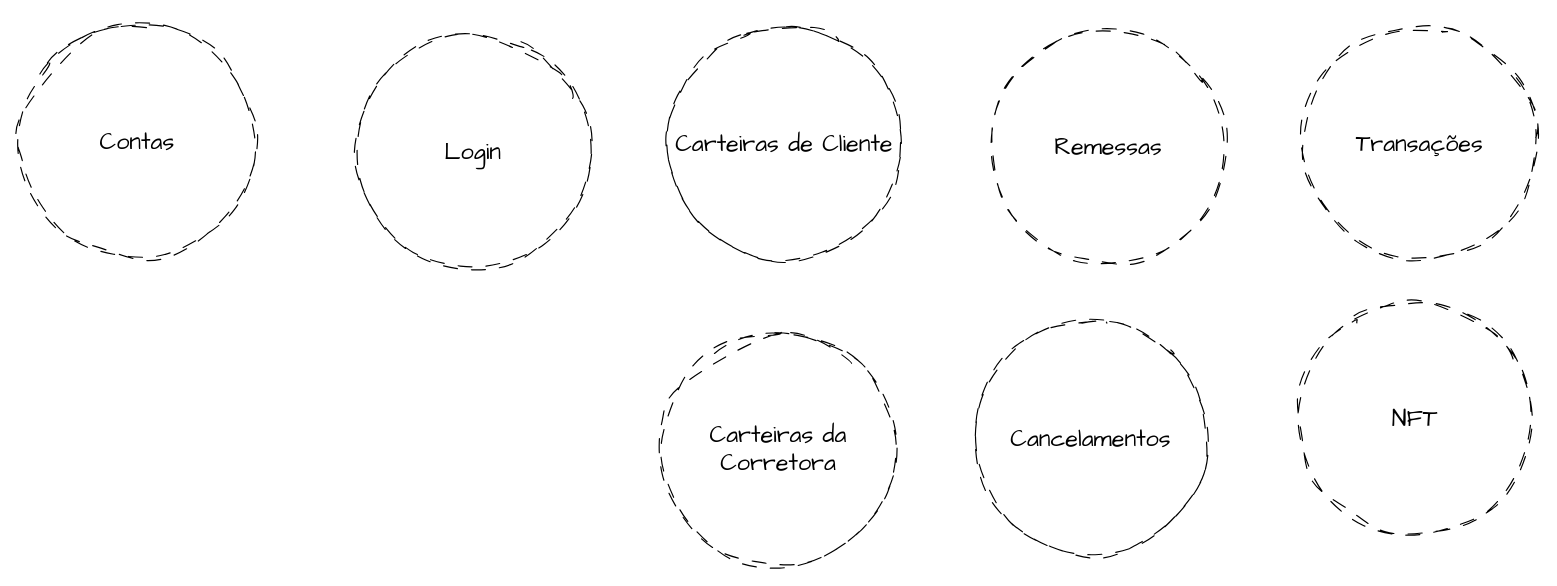
Above: page "Agregados e Contextos" (3 of 3) of domain/diagrams/eventstorming.dio in Anselming/ddd-anselmex (draw.io), before the change. Source tidied: cells renumbered, new cells numbered last; positions are measured from the earlier drawing's top-left corner, leaving out a move shared by most shapes. Both pictures are drawn from the tidied source at 117%, with x=0, y=0 at pixel (20, 23).
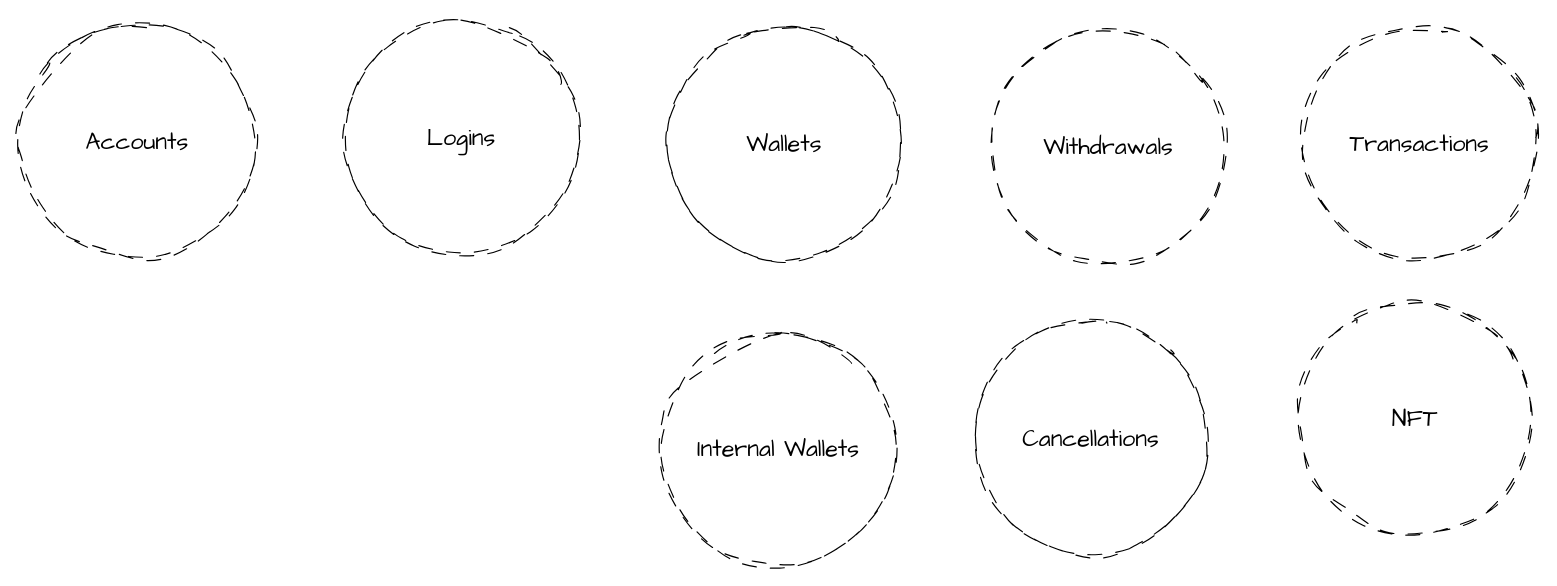
The same page after the edit.

The edit, as a diff of the source:
```diff
@@
 <mxGraphModel>
   <root>
     <mxCell id="0" />
     <mxCell id="1" parent="0" />
-    <mxCell id="2" value="Contas" style="ellipse;whiteSpace=wrap;html=1;dashed=1;dashPattern=12 12;sketch=1;hachureGap=4;jiggle=2;curveFitting=1;fontFamily=Architects Daughter;fontSize=20;" parent="1" vertex="1">
+    <mxCell id="2" value="Accounts" style="ellipse;whiteSpace=wrap;html=1;dashed=1;dashPattern=12 12;sketch=1;hachureGap=4;jiggle=2;curveFitting=1;fontFamily=Architects Daughter;fontSize=20;" parent="1" vertex="1">
       <mxGeometry width="200" height="200" as="geometry" />
     </mxCell>
-    <mxCell id="3" value="Login" style="ellipse;whiteSpace=wrap;html=1;dashed=1;dashPattern=12 12;sketch=1;hachureGap=4;jiggle=2;curveFitting=1;fontFamily=Architects Daughter;fontSize=20;" parent="1" vertex="1">
-      <mxGeometry x="287" y="9" width="200" height="200" as="geometry" />
+    <mxCell id="3" value="Logins" style="ellipse;whiteSpace=wrap;html=1;dashed=1;dashPattern=12 12;sketch=1;hachureGap=4;jiggle=2;curveFitting=1;fontFamily=Architects Daughter;fontSize=20;" parent="1" vertex="1">
+      <mxGeometry x="277" y="-3" width="200" height="200" as="geometry" />
     </mxCell>
-    <mxCell id="4" value="Carteiras de Cliente" style="ellipse;whiteSpace=wrap;html=1;dashed=1;dashPattern=12 12;sketch=1;hachureGap=4;jiggle=2;curveFitting=1;fontFamily=Architects Daughter;fontSize=20;" parent="1" vertex="1">
+    <mxCell id="4" value="Wallets" style="ellipse;whiteSpace=wrap;html=1;dashed=1;dashPattern=12 12;sketch=1;hachureGap=4;jiggle=2;curveFitting=1;fontFamily=Architects Daughter;fontSize=20;" parent="1" vertex="1">
       <mxGeometry x="553" y="2" width="200" height="200" as="geometry" />
     </mxCell>
-    <mxCell id="5" value="Remessas" style="ellipse;whiteSpace=wrap;html=1;dashed=1;dashPattern=12 12;sketch=1;hachureGap=4;jiggle=2;curveFitting=1;fontFamily=Architects Daughter;fontSize=20;" parent="1" vertex="1">
+    <mxCell id="5" value="Withdrawals" style="ellipse;whiteSpace=wrap;html=1;dashed=1;dashPattern=12 12;sketch=1;hachureGap=4;jiggle=2;curveFitting=1;fontFamily=Architects Daughter;fontSize=20;" parent="1" vertex="1">
       <mxGeometry x="830" y="5" width="200" height="200" as="geometry" />
     </mxCell>
-    <mxCell id="6" value="Transações" style="ellipse;whiteSpace=wrap;html=1;dashed=1;dashPattern=12 12;sketch=1;hachureGap=4;jiggle=2;curveFitting=1;fontFamily=Architects Daughter;fontSize=20;" parent="1" vertex="1">
+    <mxCell id="6" value="Transactions" style="ellipse;whiteSpace=wrap;html=1;dashed=1;dashPattern=12 12;sketch=1;hachureGap=4;jiggle=2;curveFitting=1;fontFamily=Architects Daughter;fontSize=20;" parent="1" vertex="1">
       <mxGeometry x="1096" y="2" width="200" height="200" as="geometry" />
     </mxCell>
     <mxCell id="7" value="NFT" style="ellipse;whiteSpace=wrap;html=1;dashed=1;dashPattern=12 12;sketch=1;hachureGap=4;jiggle=2;curveFitting=1;fontFamily=Architects Daughter;fontSize=20;" parent="1" vertex="1">
       <mxGeometry x="1092" y="237" width="200" height="200" as="geometry" />
     </mxCell>
-    <mxCell id="8" value="Cancelamentos" style="ellipse;whiteSpace=wrap;html=1;dashed=1;dashPattern=12 12;sketch=1;hachureGap=4;jiggle=2;curveFitting=1;fontFamily=Architects Daughter;fontSize=20;" parent="1" vertex="1">
+    <mxCell id="8" value="Cancellations" style="ellipse;whiteSpace=wrap;html=1;dashed=1;dashPattern=12 12;sketch=1;hachureGap=4;jiggle=2;curveFitting=1;fontFamily=Architects Daughter;fontSize=20;" parent="1" vertex="1">
       <mxGeometry x="815" y="254" width="200" height="200" as="geometry" />
     </mxCell>
-    <mxCell id="9" value="Carteiras da Corretora" style="ellipse;whiteSpace=wrap;html=1;dashed=1;dashPattern=12 12;sketch=1;hachureGap=4;jiggle=2;curveFitting=1;fontFamily=Architects Daughter;fontSize=20;" parent="1" vertex="1">
+    <mxCell id="9" value="Internal Wallets" style="ellipse;whiteSpace=wrap;html=1;dashed=1;dashPattern=12 12;sketch=1;hachureGap=4;jiggle=2;curveFitting=1;fontFamily=Architects Daughter;fontSize=20;" parent="1" vertex="1">
       <mxGeometry x="548" y="263" width="200" height="200" as="geometry" />
     </mxCell>
   </root>
 </mxGraphModel>
```
